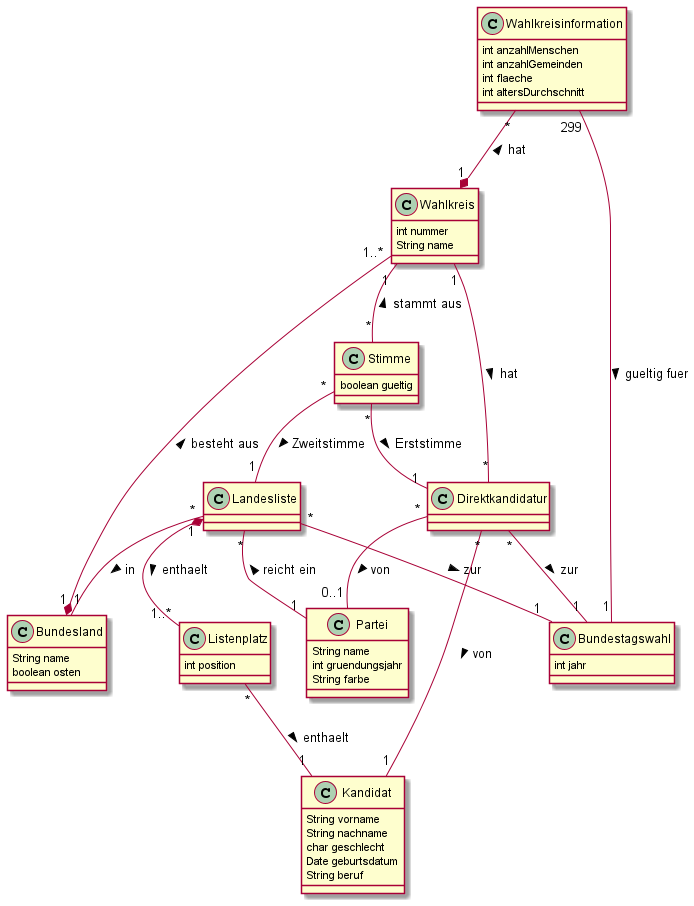
Above: Blatt1/Entwurf.png in Toemmsche/database-systems-project-mirror (PlantUML), before the change.
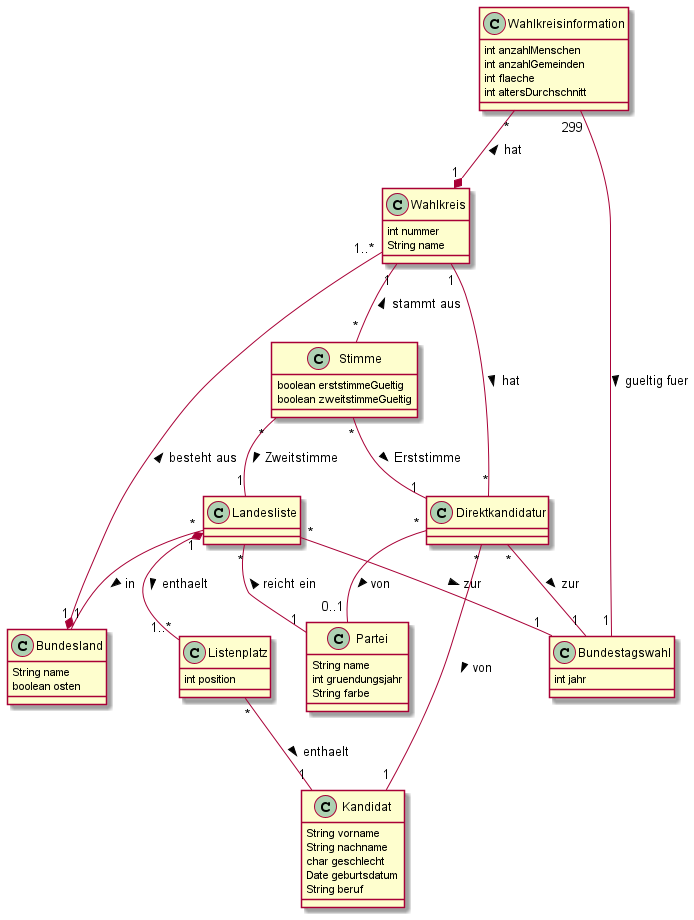
Later version of the same file.

Commit message:
add separate validity attributes for votes

Diff of the diagram source:
```diff
@@ -42,7 +42,8 @@
 }
 
 class Stimme {
-    boolean gueltig
+    boolean erststimmeGueltig
+    boolean zweitstimmeGueltig
 }
 
 class Direktkandidatur {
```
